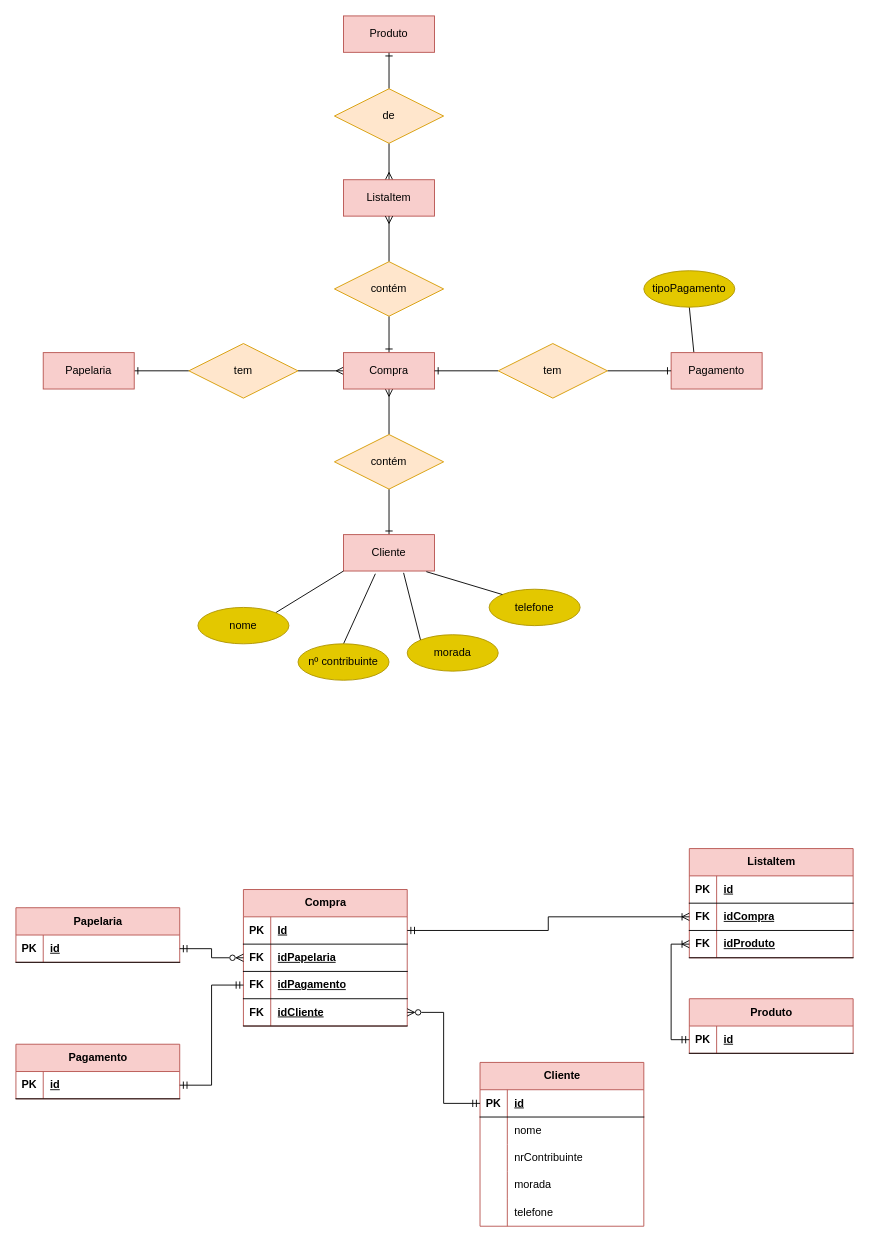
Before: page "Exerc.2" (2 of 4) of Base de dados/Exercicios/P02.drawio in JoaoNuno96/Web-and-Mobile-Developer---CESAE, a draw.io diagram. Source tidied: cells renumbered, new cells numbered last; positions are measured from the earlier drawing's top-left corner, leaving out a move shared by most shapes. Both pictures are drawn from the tidied source at 91%, with x=0, y=0 at pixel (15, 15).
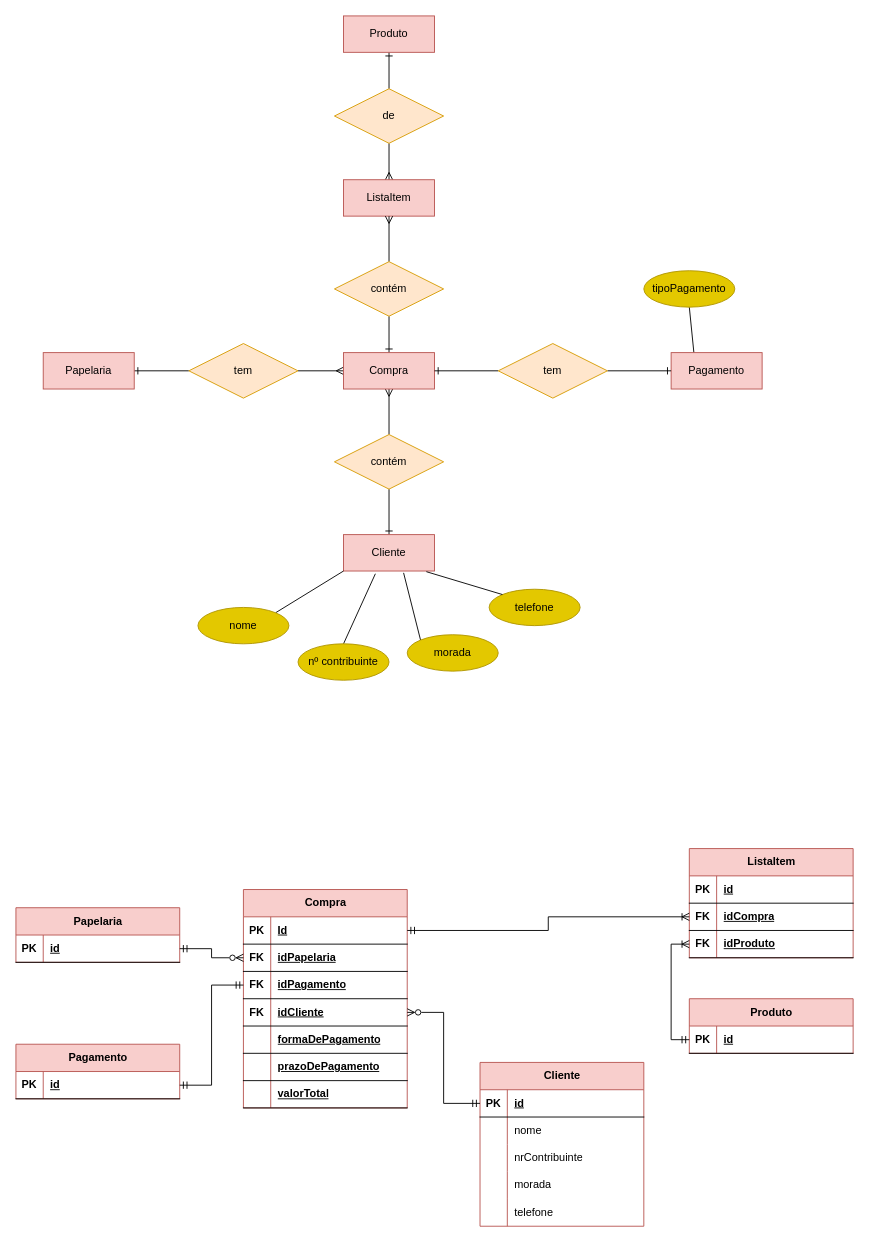
The same diagram, later.

Change to the diagram source:
```diff
@@
     <mxCell id="37" value="Compra" style="shape=table;startSize=30;childLayout=tableLayout;rowLines=0;fontStyle=1;align=center;html=1;fillColor=#f8cecc;strokeColor=#b85450;" parent="1" vertex="1">
-      <mxGeometry x="250" y="960" width="180" height="150" as="geometry" />
+      <mxGeometry x="250" y="960" width="180" height="240" as="geometry" />
     </mxCell>
@@
+    <mxCell id="89" style="shape=tableRow;horizontal=0;startSize=0;swimlaneHead=0;swimlaneBody=0;fillColor=none;top=0;left=0;right=0;bottom=1;" parent="37" vertex="1">
+      <mxGeometry y="150" width="180" height="30" as="geometry" />
+    </mxCell>
+    <mxCell id="90" style="shape=partialRectangle;fillColor=none;top=0;left=0;bottom=0;right=0;fontStyle=1;overflow=hidden;whiteSpace=wrap;html=1;" parent="89" vertex="1">
+      <mxGeometry width="30" height="30" as="geometry" />
+    </mxCell>
+    <mxCell id="91" value="formaDePagamento" style="shape=partialRectangle;fillColor=none;top=0;left=0;bottom=0;right=0;align=left;spacingLeft=6;fontStyle=5;overflow=hidden;whiteSpace=wrap;html=1;" parent="89" vertex="1">
+      <mxGeometry x="30" width="150" height="30" as="geometry" />
+    </mxCell>
+    <mxCell id="92" style="shape=tableRow;horizontal=0;startSize=0;swimlaneHead=0;swimlaneBody=0;fillColor=none;top=0;left=0;right=0;bottom=1;" parent="37" vertex="1">
+      <mxGeometry y="180" width="180" height="30" as="geometry" />
+    </mxCell>
+    <mxCell id="93" style="shape=partialRectangle;fillColor=none;top=0;left=0;bottom=0;right=0;fontStyle=1;overflow=hidden;whiteSpace=wrap;html=1;" parent="92" vertex="1">
+      <mxGeometry width="30" height="30" as="geometry" />
+    </mxCell>
+    <mxCell id="94" value="prazoDePagamento" style="shape=partialRectangle;fillColor=none;top=0;left=0;bottom=0;right=0;align=left;spacingLeft=6;fontStyle=5;overflow=hidden;whiteSpace=wrap;html=1;" parent="92" vertex="1">
+      <mxGeometry x="30" width="150" height="30" as="geometry" />
+    </mxCell>
+    <mxCell id="95" style="shape=tableRow;horizontal=0;startSize=0;swimlaneHead=0;swimlaneBody=0;fillColor=none;top=0;left=0;right=0;bottom=1;" parent="37" vertex="1">
+      <mxGeometry y="210" width="180" height="30" as="geometry" />
+    </mxCell>
+    <mxCell id="96" style="shape=partialRectangle;fillColor=none;top=0;left=0;bottom=0;right=0;fontStyle=1;overflow=hidden;whiteSpace=wrap;html=1;" parent="95" vertex="1">
+      <mxGeometry width="30" height="30" as="geometry" />
+    </mxCell>
+    <mxCell id="97" value="valorTotal" style="shape=partialRectangle;fillColor=none;top=0;left=0;bottom=0;right=0;align=left;spacingLeft=6;fontStyle=5;overflow=hidden;whiteSpace=wrap;html=1;" parent="95" vertex="1">
+      <mxGeometry x="30" width="150" height="30" as="geometry" />
+    </mxCell>
```
